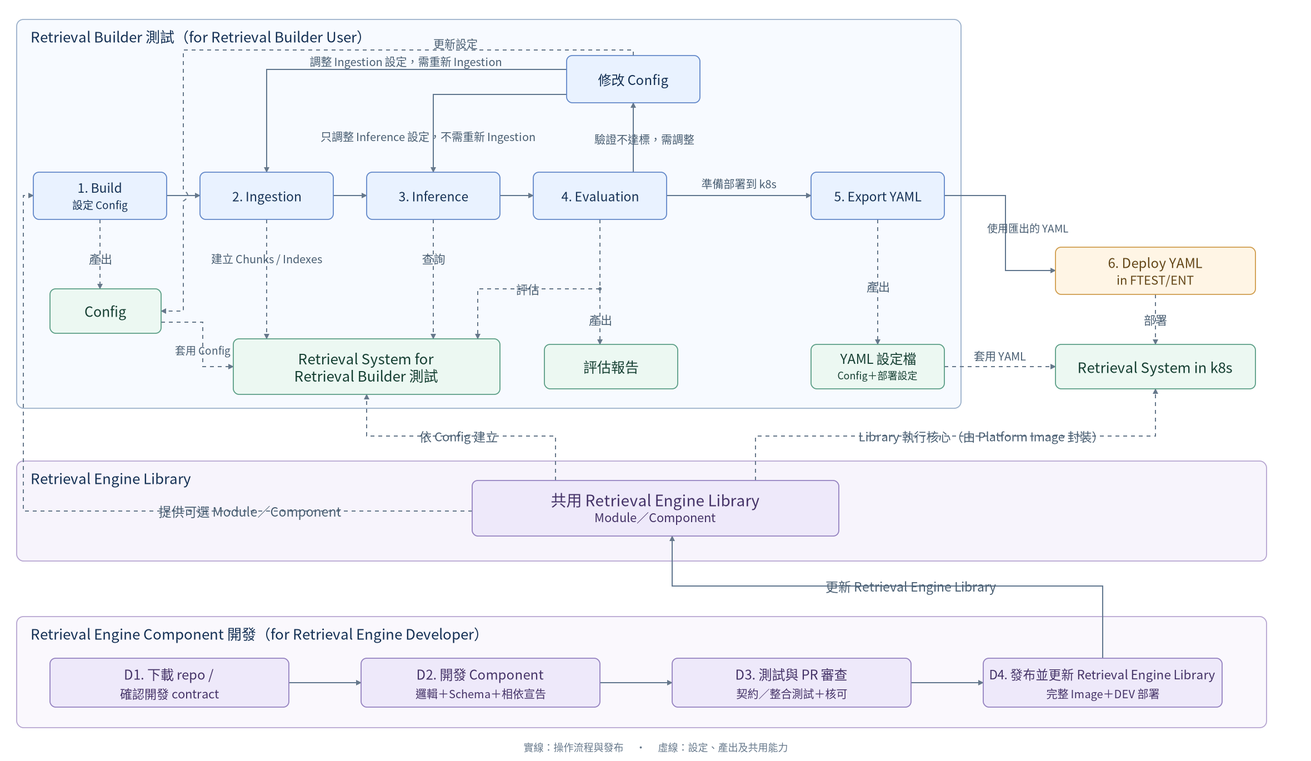
The Mermaid diagram diagrams/01_user_system_l1.png in SunnyWenwen/rag_platform, before a commit. Its source is kept beside it as diagrams/01_user_system_l1.mmd.
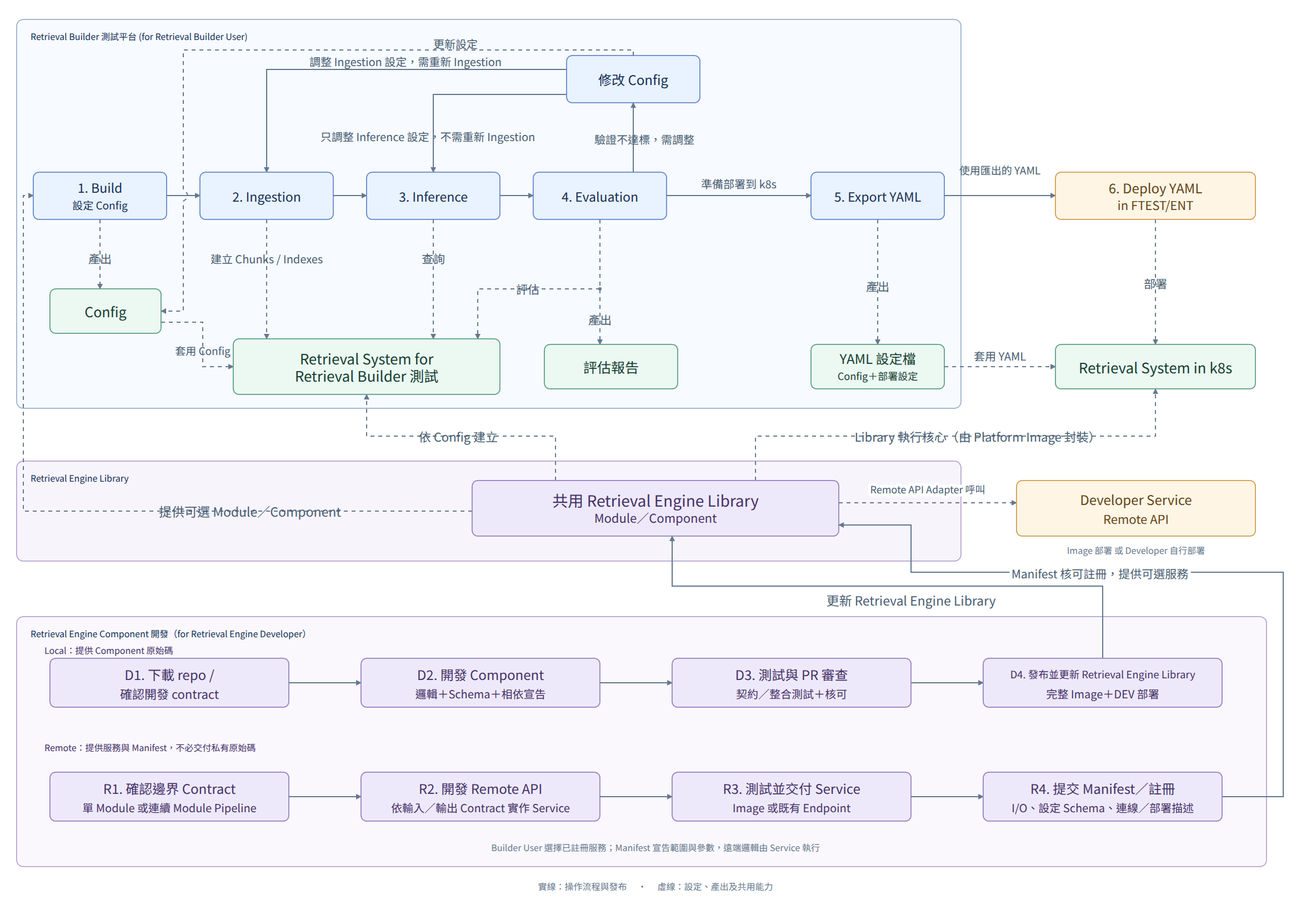
After the commit.

Commit message:
docs: align user flow steps and show remote Manifest development path

What changed in the source:
```diff
@@ -1,5 +1,5 @@
 flowchart TB
-    subgraph BUILDER["Retrieval Builder 測試（for Retrieval Builder User）"]
+    subgraph BUILDER["Retrieval Builder 測試平台 (for Retrieval Builder User)"]
         direction LR
         B["1. Build（設定 Config）"] --> I["2. Ingestion"]
         I --> Q["3. Inference"]
@@ -42,8 +42,14 @@
         DEV1["D1. 下載 repo / 確認開發 contract"] --> DEV2["D2. 開發 Component"]
         DEV2 --> DEV3["D3. 測試與 PR 審查"]
         DEV3 --> DEV4["D4. 發布並更新 Retrieval Engine Library"]
+        RDEV1["R1. 確認邊界 Contract（單 Module／連續 Pipeline）"] --> RDEV2["R2. 開發 Remote API"]
+        RDEV2 --> RDEV3["R3. 測試並交付 Service（Image／既有 Endpoint）"]
+        RDEV3 --> RDEV4["R4. 提交 Manifest／核可註冊（I/O、設定 Schema、連線／部署描述）"]
     end
     DEV4 -->|更新 Retrieval Engine Library| GE
+    RDEV4 -->|Manifest 核可註冊，提供可選服務| GE
+    RS["Developer Service（Remote API；Image 部署／Developer 自行部署）"]
+    GE -. 透過 Remote API Adapter 呼叫 .-> RS
 
     classDef user fill:#e9f2ff,stroke:#6086c8,color:#143054
     classDef system fill:#ecf8f2,stroke:#599d85,color:#153f32
@@ -52,7 +58,8 @@
     class B,I,Q,E,X,C user
     class F,S,R,Y,K system
     class D deploy
-    class GE,DEV1,DEV2,DEV3,DEV4 engine
+    class GE,DEV1,DEV2,DEV3,DEV4,RDEV1,RDEV2,RDEV3,RDEV4 engine
+    class RS deploy
     style BUILDER fill:#f7faff,stroke:#9aafc9
     style ENGINE fill:#f7f4fc,stroke:#b5a4d0
     style DEVELOPMENT fill:#faf8fd,stroke:#b5a4d0
```
